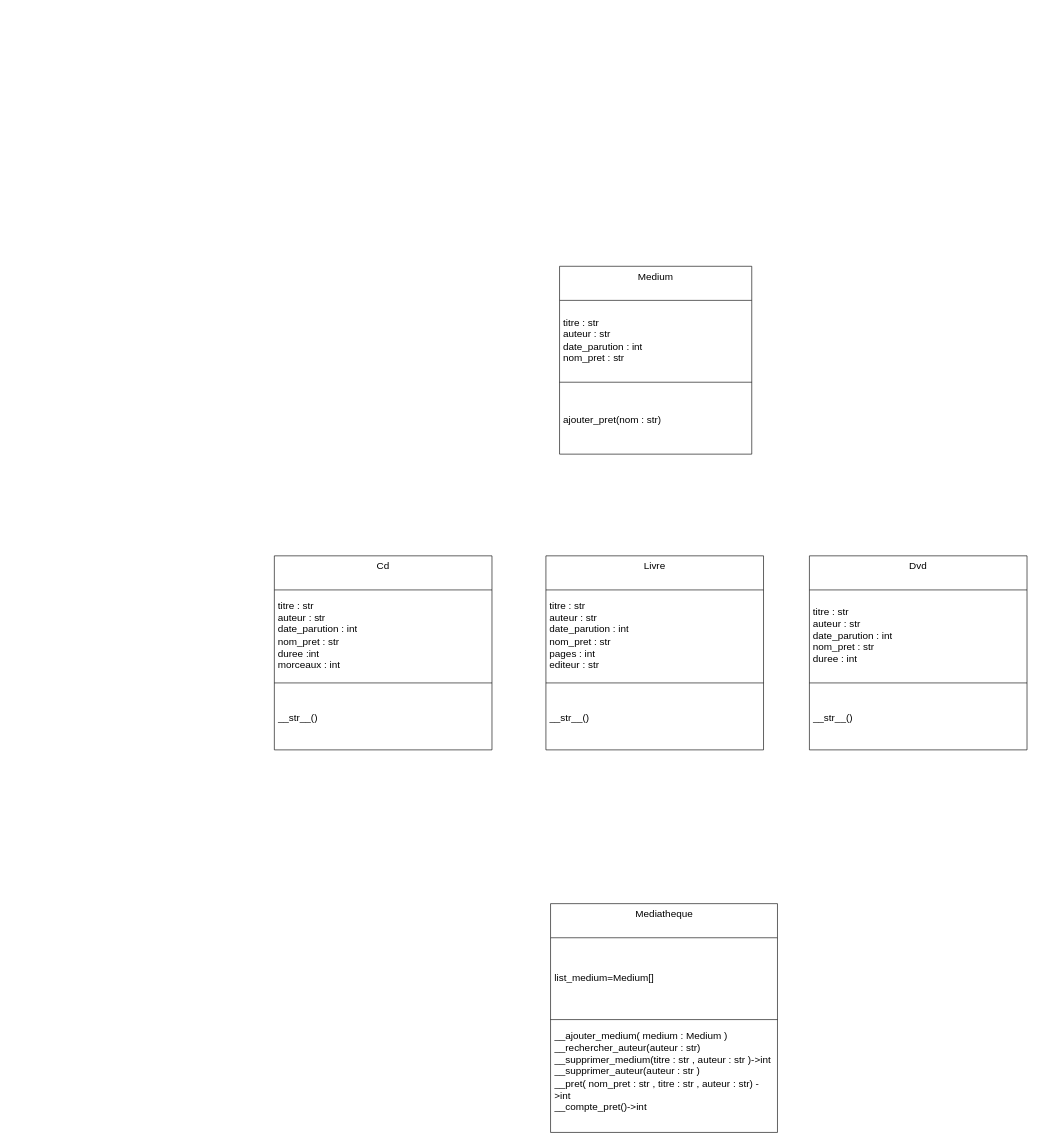
Before: page "Page-1" (1 of 2) of UMLtp3.drawio in MaelLF/info_poo_tp3, a draw.io diagram. Source tidied: cells renumbered, new cells numbered last; positions are measured from the earlier drawing's top-left corner, leaving out a move shared by most shapes. Both pictures are drawn from the tidied source at 62%, with x=0, y=0 at pixel (274, 266).
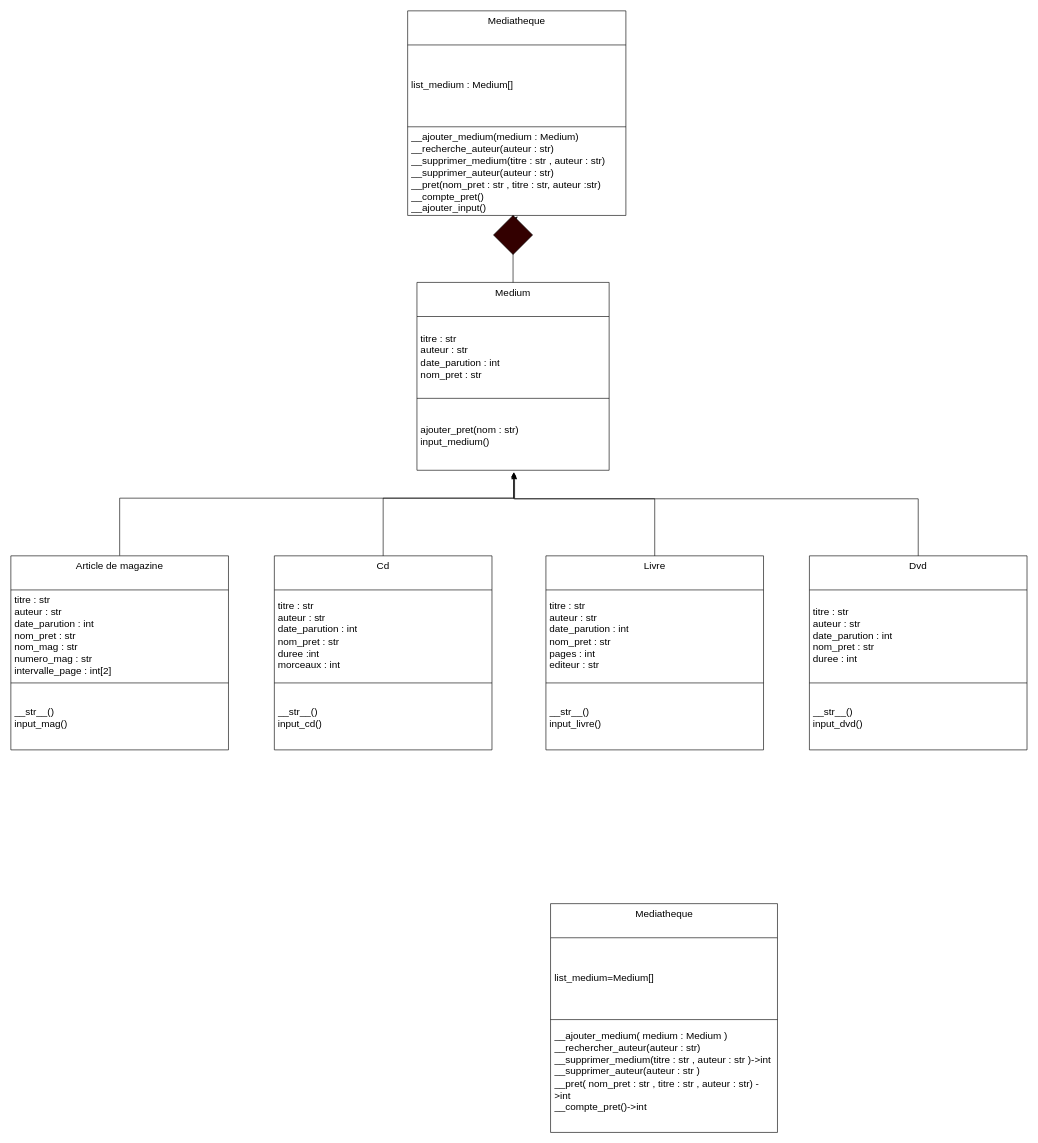
The same diagram, later.

Commit message (it also covers changes not shown here):
Commit of commented programs and UML with all classes

The change refers to these unchanged cells:
```xml
<mxCell id="6" value="Livre" style="swimlane;fontStyle=0;align=center;verticalAlign=top;horizontal=1;startSize=55;html=1;whiteSpace=wrap;fontSize=16;" parent="1" vertex="1">
  <mxGeometry x="438" y="467" width="351" height="313" as="geometry" />
</mxCell>
<mxCell id="14" value="Cd" style="swimlane;fontStyle=0;align=center;verticalAlign=top;horizontal=1;startSize=55;html=1;whiteSpace=wrap;fontSize=16;" parent="1" vertex="1">
  <mxGeometry y="467" width="351" height="313" as="geometry" />
</mxCell>
<mxCell id="18" value="Dvd" style="swimlane;fontStyle=0;align=center;verticalAlign=top;horizontal=1;startSize=55;html=1;whiteSpace=wrap;fontSize=16;" parent="1" vertex="1">
  <mxGeometry x="863" y="467" width="351" height="313" as="geometry" />
</mxCell>
```

The edit, as a diff of the source:
```diff
@@
-    <mxCell id="9" value="__str__()" style="text;html=1;strokeColor=none;fillColor=none;align=left;verticalAlign=middle;spacingLeft=4;spacingRight=4;overflow=hidden;whiteSpace=wrap;fontSize=16;" parent="6" vertex="1">
+    <mxCell id="9" value="&lt;div&gt;__str__()&lt;/div&gt;&lt;div&gt;input_livre()&lt;/div&gt;" style="text;html=1;strokeColor=none;fillColor=none;align=left;verticalAlign=middle;spacingLeft=4;spacingRight=4;overflow=hidden;whiteSpace=wrap;fontSize=16;" parent="6" vertex="1">
       <mxGeometry y="209" width="351" height="104" as="geometry" />
     </mxCell>
     <mxCell id="10" value="Medium" style="swimlane;fontStyle=0;align=center;verticalAlign=top;horizontal=1;startSize=55;html=1;whiteSpace=wrap;fontSize=16;" parent="1" vertex="1">
-      <mxGeometry x="460" width="310" height="303" as="geometry" />
+      <mxGeometry x="230" y="26" width="310" height="303" as="geometry" />
     </mxCell>
@@
-    <mxCell id="13" value="ajouter_pret(nom : str)" style="text;html=1;strokeColor=none;fillColor=none;align=left;verticalAlign=middle;spacingLeft=4;spacingRight=4;overflow=hidden;points=[[0,0.5],[1,0.5]];portConstraint=eastwest;whiteSpace=wrap;fontSize=16;" parent="10" vertex="1">
+    <mxCell id="13" value="&lt;div&gt;ajouter_pret(nom : str)&lt;/div&gt;&lt;div&gt;input_medium()&lt;br&gt;&lt;/div&gt;" style="text;html=1;strokeColor=none;fillColor=none;align=left;verticalAlign=middle;spacingLeft=4;spacingRight=4;overflow=hidden;points=[[0,0.5],[1,0.5]];portConstraint=eastwest;whiteSpace=wrap;fontSize=16;" parent="10" vertex="1">
       <mxGeometry y="191" width="310" height="112" as="geometry" />
     </mxCell>
@@
-    <mxCell id="17" value="__str__()" style="text;html=1;strokeColor=none;fillColor=none;align=left;verticalAlign=middle;spacingLeft=4;spacingRight=4;overflow=hidden;whiteSpace=wrap;fontSize=16;" parent="14" vertex="1">
+    <mxCell id="17" value="&lt;div&gt;__str__()&lt;/div&gt;&lt;div&gt;input_cd()&lt;/div&gt;" style="text;html=1;strokeColor=none;fillColor=none;align=left;verticalAlign=middle;spacingLeft=4;spacingRight=4;overflow=hidden;whiteSpace=wrap;fontSize=16;" parent="14" vertex="1">
       <mxGeometry y="209" width="351" height="104" as="geometry" />
     </mxCell>
@@
-    <mxCell id="21" value="__str__()" style="text;html=1;strokeColor=none;fillColor=none;align=left;verticalAlign=middle;spacingLeft=4;spacingRight=4;overflow=hidden;whiteSpace=wrap;fontSize=16;" parent="18" vertex="1">
+    <mxCell id="21" value="&lt;div&gt;__str__()&lt;/div&gt;&lt;div&gt;input_dvd()&lt;/div&gt;" style="text;html=1;strokeColor=none;fillColor=none;align=left;verticalAlign=middle;spacingLeft=4;spacingRight=4;overflow=hidden;whiteSpace=wrap;fontSize=16;" parent="18" vertex="1">
       <mxGeometry y="209" width="351" height="104" as="geometry" />
     </mxCell>
+    <mxCell id="22" style="edgeStyle=orthogonalEdgeStyle;rounded=0;jettySize=auto;html=1;exitX=0.5;exitY=0;exitDx=0;exitDy=0;entryX=0.504;entryY=1.028;entryDx=0;entryDy=0;entryPerimeter=0;" parent="1" edge="1" source="23" target="13">
+      <mxGeometry relative="1" as="geometry">
+        <Array as="points">
+          <mxPoint x="-249" y="374" />
+          <mxPoint x="386" y="374" />
+        </Array>
+      </mxGeometry>
+    </mxCell>
+    <mxCell id="23" value="Article de magazine" style="swimlane;fontStyle=0;align=center;verticalAlign=top;horizontal=1;startSize=55;html=1;whiteSpace=wrap;fontSize=16;" parent="1" vertex="1">
+      <mxGeometry x="-425" y="467" width="351" height="313" as="geometry" />
+    </mxCell>
+    <mxCell id="24" value="&lt;div&gt;titre : str&lt;/div&gt;&lt;div&gt;auteur : str&lt;/div&gt;&lt;div&gt;date_parution : int&lt;/div&gt;&lt;div&gt;nom_pret : str&lt;/div&gt;&lt;div&gt;nom_mag : str&lt;/div&gt;&lt;div&gt;numero_mag : str&lt;/div&gt;&lt;div&gt;intervalle_page : int[2]&lt;br&gt;&lt;/div&gt;" style="text;html=1;strokeColor=none;fillColor=none;align=left;verticalAlign=middle;spacingLeft=4;spacingRight=4;overflow=hidden;whiteSpace=wrap;fontSize=16;" parent="23" vertex="1">
+      <mxGeometry y="55" width="351" height="146" as="geometry" />
+    </mxCell>
+    <mxCell id="25" style="line;strokeWidth=1;fillColor=none;align=left;verticalAlign=middle;spacingTop=-1;spacingLeft=3;spacingRight=3;labelPosition=right;fontSize=16;" parent="23" vertex="1">
+      <mxGeometry y="201" width="351" height="8" as="geometry" />
+    </mxCell>
+    <mxCell id="26" value="&lt;div&gt;__str__()&lt;/div&gt;&lt;div&gt;input_mag()&lt;br&gt;&lt;/div&gt;" style="text;html=1;strokeColor=none;fillColor=none;align=left;verticalAlign=middle;spacingLeft=4;spacingRight=4;overflow=hidden;whiteSpace=wrap;fontSize=16;" parent="23" vertex="1">
+      <mxGeometry y="209" width="351" height="104" as="geometry" />
+    </mxCell>
+    <mxCell id="27" style="edgeStyle=orthogonalEdgeStyle;rounded=0;jettySize=auto;html=1;exitX=0.5;exitY=0;exitDx=0;exitDy=0;entryX=0.504;entryY=1.054;entryDx=0;entryDy=0;entryPerimeter=0;" parent="1" edge="1" source="14" target="13">
+      <mxGeometry relative="1" as="geometry">
+        <Array as="points">
+          <mxPoint x="175" y="374" />
+          <mxPoint x="386" y="374" />
+        </Array>
+      </mxGeometry>
+    </mxCell>
+    <mxCell id="28" style="edgeStyle=orthogonalEdgeStyle;rounded=0;jettySize=auto;html=1;exitX=0.5;exitY=0;exitDx=0;exitDy=0;entryX=0.508;entryY=1.054;entryDx=0;entryDy=0;entryPerimeter=0;" parent="1" edge="1" source="6" target="13">
+      <mxGeometry relative="1" as="geometry">
+        <Array as="points">
+          <mxPoint x="613" y="375" />
+          <mxPoint x="388" y="375" />
+        </Array>
+      </mxGeometry>
+    </mxCell>
+    <mxCell id="29" style="edgeStyle=orthogonalEdgeStyle;rounded=0;jettySize=auto;html=1;exitX=0.5;exitY=0;exitDx=0;exitDy=0;entryX=0.504;entryY=1.028;entryDx=0;entryDy=0;entryPerimeter=0;" parent="1" edge="1" source="18" target="13">
+      <mxGeometry relative="1" as="geometry">
+        <Array as="points">
+          <mxPoint x="1038" y="375" />
+          <mxPoint x="386" y="375" />
+        </Array>
+      </mxGeometry>
+    </mxCell>
+    <mxCell id="30" value="Mediatheque" style="swimlane;fontStyle=0;align=center;verticalAlign=top;horizontal=1;startSize=55;html=1;whiteSpace=wrap;fontSize=16;" parent="1" vertex="1">
+      <mxGeometry x="215" y="-412" width="352" height="330" as="geometry" />
+    </mxCell>
+    <mxCell id="31" value="list_medium : Medium[]" style="text;html=1;strokeColor=none;fillColor=none;align=left;verticalAlign=middle;spacingLeft=4;spacingRight=4;overflow=hidden;whiteSpace=wrap;fontSize=16;" parent="30" vertex="1">
+      <mxGeometry y="55" width="352" height="128" as="geometry" />
+    </mxCell>
+    <mxCell id="32" style="line;strokeWidth=1;fillColor=none;align=left;verticalAlign=middle;spacingTop=-1;spacingLeft=3;spacingRight=3;labelPosition=right;fontSize=16;" parent="30" vertex="1">
+      <mxGeometry y="183" width="352" height="8" as="geometry" />
+    </mxCell>
+    <mxCell id="33" value="&lt;div&gt;__ajouter_medium(medium : Medium)&lt;/div&gt;&lt;div&gt;__recherche_auteur(auteur : str)&lt;/div&gt;&lt;div&gt;__supprimer_medium(titre : str , auteur : str)&lt;/div&gt;&lt;div&gt;__supprimer_auteur(auteur : str)&lt;/div&gt;&lt;div&gt;__pret(nom_pret : str , titre : str, auteur :str)&lt;/div&gt;&lt;div&gt;__compte_pret()&lt;/div&gt;&lt;div&gt;__ajouter_input()&lt;/div&gt;&lt;div&gt;&lt;br&gt;&lt;/div&gt;" style="text;html=1;strokeColor=none;fillColor=none;align=left;verticalAlign=middle;spacingLeft=4;spacingRight=4;overflow=hidden;points=[[0,0.5],[1,0.5]];portConstraint=eastwest;whiteSpace=wrap;fontSize=16;" parent="30" vertex="1">
+      <mxGeometry y="191" width="352" height="139" as="geometry" />
+    </mxCell>
+    <mxCell id="34" style="edgeStyle=orthogonalEdgeStyle;rounded=0;jettySize=auto;html=1;exitX=0.5;exitY=0;exitDx=0;exitDy=0;entryX=0.479;entryY=1.04;entryDx=0;entryDy=0;entryPerimeter=0;" parent="1" edge="1" source="36" target="33">
+      <mxGeometry relative="1" as="geometry">
+        <Array as="points">
+          <mxPoint x="385" y="-76" />
+        </Array>
+      </mxGeometry>
+    </mxCell>
+    <mxCell id="35" style="edgeStyle=orthogonalEdgeStyle;rounded=0;jettySize=auto;html=1;exitX=0.5;exitY=0;exitDx=0;exitDy=0;entryX=0.5;entryY=0;entryDx=0;entryDy=0;" parent="1" edge="1" source="10" target="36">
+      <mxGeometry relative="1" as="geometry">
+        <Array as="points">
+          <mxPoint x="385" y="-23" />
+          <mxPoint x="385" y="-23" />
+        </Array>
+      </mxGeometry>
+    </mxCell>
+    <mxCell id="36" style="rhombus;whiteSpace=wrap;html=1;fillColor=#330000;" parent="1" vertex="1">
+      <mxGeometry x="353.5" y="-82" width="63" height="63" as="geometry" />
+    </mxCell>
+    <mxCell id="37" style="edgeStyle=orthogonalEdgeStyle;rounded=0;orthogonalLoop=1;jettySize=auto;html=1;exitX=0.5;exitY=1;exitDx=0;exitDy=0;" parent="1" edge="1" source="36" target="36">
+      <mxGeometry relative="1" as="geometry" />
+    </mxCell>
```
